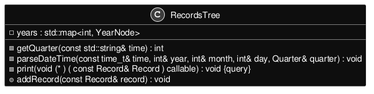
Before: inline_umlgraph_5.png, a diagram exported from PlantUML (MaciejWojs/CSV-Parser). The source it was exported from:
```plantuml
@startuml inline_umlgraph_5.png
skinparam monochrome reverse
skinparam backgroundColor transparent

class RecordsTree {
-getQuarter(const std::string& time) : int
-years : std::map<int, YearNode>
-parseDateTime(const time_t& time, int& year, int& month, int& day, Quarter& quarter) : void
-print(void (* ) ( const Record& Record ) callable) : void {query}
+addRecord(const Record& record) : void

}
@enduml
```
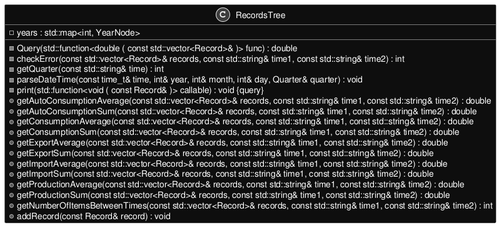
Above is the later version.

Diff of the diagram source:
```diff
@@ -3,10 +3,23 @@
 skinparam backgroundColor transparent
 
 class RecordsTree {
+-Query(std::function<double ( const std::vector<Record>& )> func) : double
+-checkError(const std::vector<Record>& records, const std::string& time1, const std::string& time2) : int
 -getQuarter(const std::string& time) : int
 -years : std::map<int, YearNode>
 -parseDateTime(const time_t& time, int& year, int& month, int& day, Quarter& quarter) : void
--print(void (* ) ( const Record& Record ) callable) : void {query}
+-print(std::function<void ( const Record& )> callable) : void {query}
++getAutoConsumptionAverage(const std::vector<Record>& records, const std::string& time1, const std::string& time2) : double
++getAutoConsumptionSum(const std::vector<Record>& records, const std::string& time1, const std::string& time2) : double
++getConsumptionAverage(const std::vector<Record>& records, const std::string& time1, const std::string& time2) : double
++getConsumptionSum(const std::vector<Record>& records, const std::string& time1, const std::string& time2) : double
++getExportAverage(const std::vector<Record>& records, const std::string& time1, const std::string& time2) : double
++getExportSum(const std::vector<Record>& records, const std::string& time1, const std::string& time2) : double
++getImportAverage(const std::vector<Record>& records, const std::string& time1, const std::string& time2) : double
++getImportSum(const std::vector<Record>& records, const std::string& time1, const std::string& time2) : double
++getProductionAverage(const std::vector<Record>& records, const std::string& time1, const std::string& time2) : double
++getProductionSum(const std::vector<Record>& records, const std::string& time1, const std::string& time2) : double
++getNumberOfItemsBetweenTimes(const std::vector<Record>& records, const std::string& time1, const std::string& time2) : int
 +addRecord(const Record& record) : void
 
 }
```
